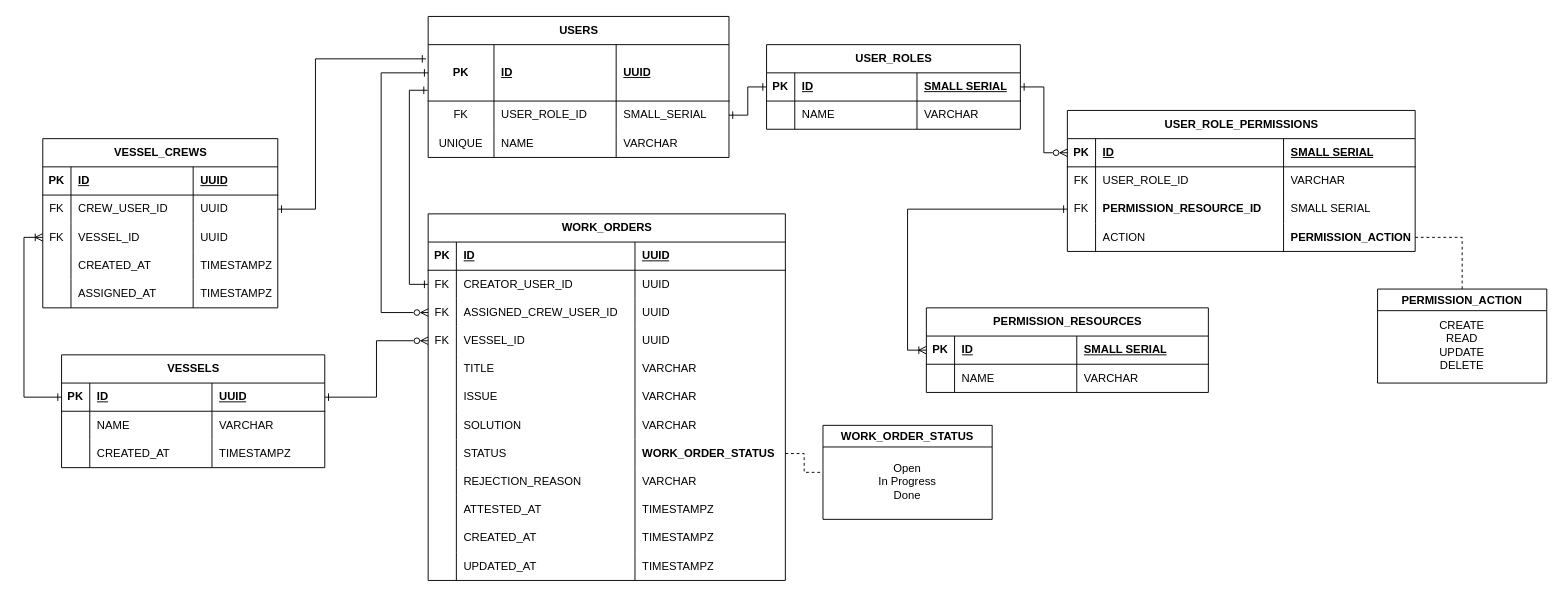
Before: ERD.drawio in ReidoBoss/kapitan-kidd, a draw.io diagram. Source tidied: cells renumbered, new cells numbered last; positions are measured from the earlier drawing's top-left corner, leaving out a move shared by most shapes. Both pictures are drawn from the tidied source at 94%, with x=0, y=0 at pixel (42, 16).
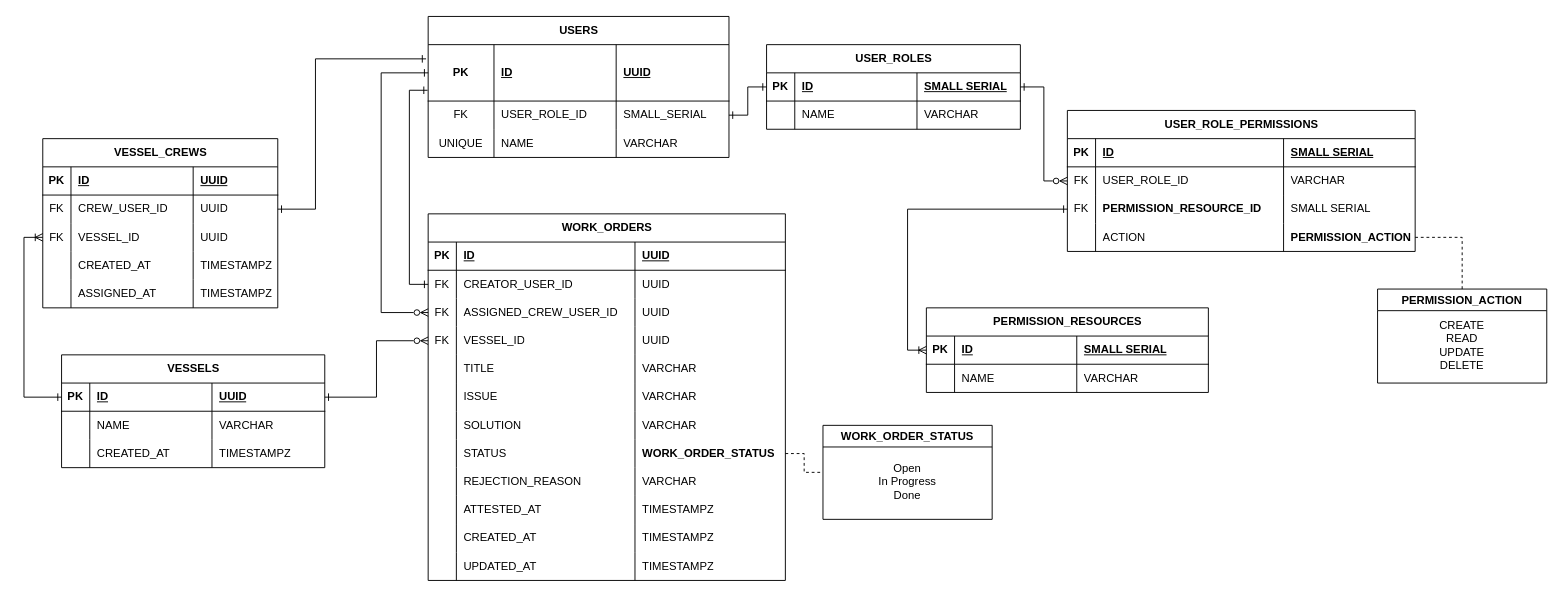
The same page after the edit.

Commit message (it also covers changes not shown here):
docs: fix ERD crow's feet misplacement

Unchanged cells that the change refers to:
```xml
<mxCell id="18" style="shape=tableRow;horizontal=0;startSize=0;swimlaneHead=0;swimlaneBody=0;fillColor=none;points=[[0,0.5],[1,0.5]];portConstraint=eastwest;top=0;left=0;right=0;bottom=1;" parent="17" vertex="1">
  <mxGeometry y="30" width="270" height="30" as="geometry" />
</mxCell>
<mxCell id="27" style="shape=tableRow;horizontal=0;startSize=0;swimlaneHead=0;swimlaneBody=0;fillColor=none;points=[[0,0.5],[1,0.5]];portConstraint=eastwest;top=0;left=0;right=0;bottom=1;" parent="26" vertex="1">
  <mxGeometry y="30" width="370" height="30" as="geometry" />
</mxCell>
<mxCell id="31" style="shape=tableRow;horizontal=0;startSize=0;swimlaneHead=0;swimlaneBody=0;fillColor=none;points=[[0,0.5],[1,0.5]];portConstraint=eastwest;top=0;left=0;right=0;bottom=0;" parent="26" vertex="1">
  <mxGeometry y="60" width="370" height="30" as="geometry" />
</mxCell>
```

What changed in the source:
```diff
@@
-    <mxCell id="44" style="edgeStyle=orthogonalEdgeStyle;rounded=0;jettySize=auto;html=1;entryX=1;entryY=0.5;entryDx=0;entryDy=0;endArrow=ERone;endFill=0;startArrow=ERzeroToMany;startFill=0;" parent="1" edge="1" source="27" target="18">
+    <mxCell id="44" style="edgeStyle=orthogonalEdgeStyle;rounded=0;jettySize=auto;html=1;entryX=1;entryY=0.5;entryDx=0;entryDy=0;endArrow=ERone;endFill=0;startArrow=ERzeroToMany;startFill=0;exitX=0;exitY=0.5;exitDx=0;exitDy=0;" parent="1" edge="1" source="31" target="18">
       <mxGeometry relative="1" as="geometry" />
     </mxCell>
```
